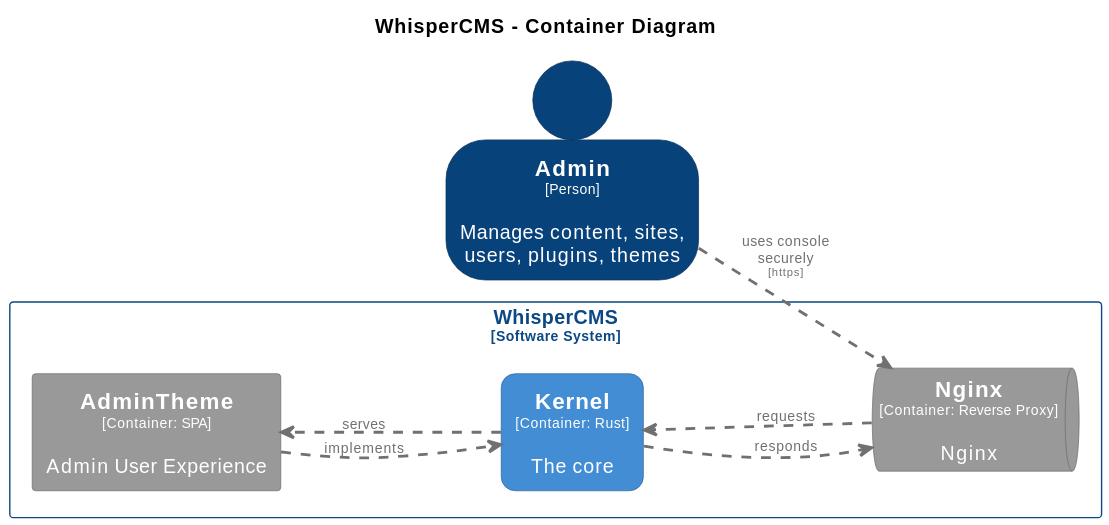
The PlantUML diagram docs/diagrams/structurizr-WhisperCMS-Containers.svg in CoderByBlood/whisper-cms, before a commit.
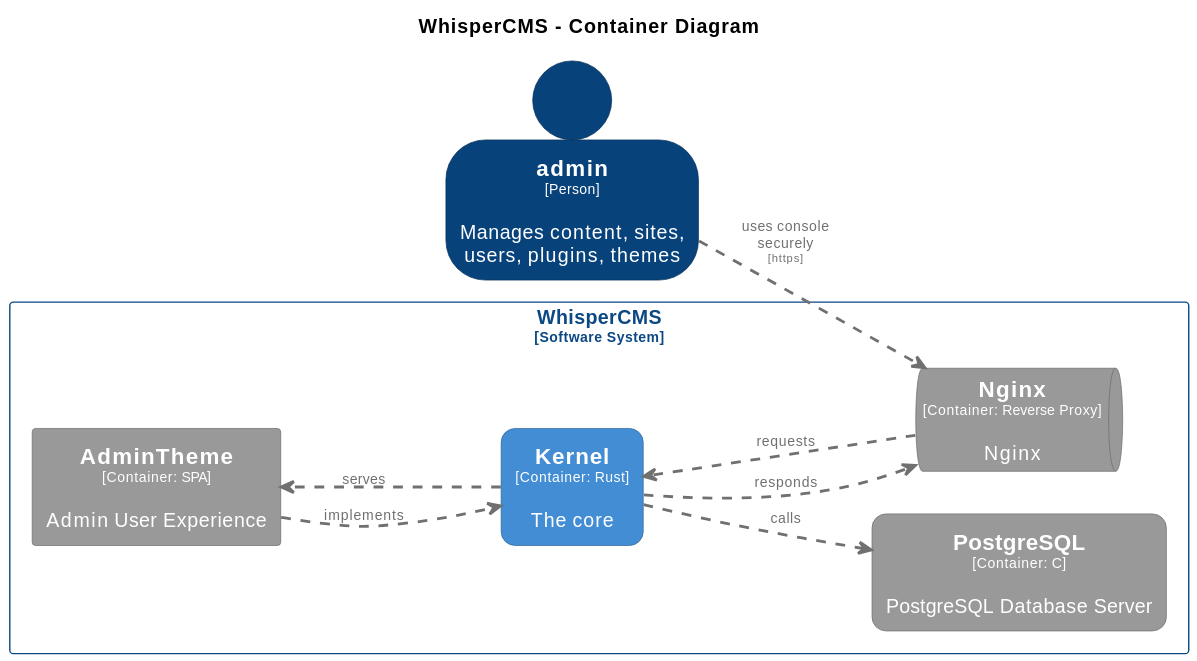
Above is the later version.

What changed in the source:
```diff
@@ -15,12 +15,6 @@
 
 hide stereotype
 
-skinparam person<<Admin>> {
-  BackgroundColor #08427b
-  FontColor #ffffff
-  BorderColor #052e56
-  shadowing false
-}
 skinparam rectangle<<WhisperCMS.AdminTheme>> {
   BackgroundColor #999999
   FontColor #ffffff
@@ -40,23 +34,38 @@
   BorderColor #6b6b6b
   shadowing false
 }
+skinparam rectangle<<WhisperCMS.PostgreSQL>> {
+  BackgroundColor #999999
+  FontColor #ffffff
+  BorderColor #6b6b6b
+  roundCorner 20
+  shadowing false
+}
+skinparam person<<admin>> {
+  BackgroundColor #08427b
+  FontColor #ffffff
+  BorderColor #052e56
+  shadowing false
+}
 skinparam rectangle<<WhisperCMS>> {
   BorderColor #0b4884
   FontColor #0b4884
   shadowing false
 }
 
-person "==Admin\n<size:10>[Person]</size>\n\nManages content, sites, users, plugins, themes" <<Admin>> as Admin
+person "==admin\n<size:10>[Person]</size>\n\nManages content, sites, users, plugins, themes" <<admin>> as admin
 
 rectangle "WhisperCMS\n<size:10>[Software System]</size>" <<WhisperCMS>> {
   rectangle "==AdminTheme\n<size:10>[Container: SPA]</size>\n\nAdmin User Experience" <<WhisperCMS.AdminTheme>> as WhisperCMS.AdminTheme
+  rectangle "==Kernel\n<size:10>[Container: Rust]</size>\n\nThe core" <<WhisperCMS.Kernel>> as WhisperCMS.Kernel
   queue "==Nginx\n<size:10>[Container: Reverse Proxy]</size>\n\nNginx" <<WhisperCMS.Nginx>> as WhisperCMS.Nginx
-  rectangle "==Kernel\n<size:10>[Container: Rust]</size>\n\nThe core" <<WhisperCMS.Kernel>> as WhisperCMS.Kernel
+  rectangle "==PostgreSQL\n<size:10>[Container: C]</size>\n\nPostgreSQL Database Server" <<WhisperCMS.PostgreSQL>> as WhisperCMS.PostgreSQL
 }
 
 WhisperCMS.AdminTheme .[#707070,thickness=2].> WhisperCMS.Kernel : "<color:#707070>implements"
 WhisperCMS.Kernel .[#707070,thickness=2].> WhisperCMS.AdminTheme : "<color:#707070>serves"
-Admin .[#707070,thickness=2].> WhisperCMS.Nginx : "<color:#707070>uses console securely\n<color:#707070><size:8>[https]</size>"
+admin .[#707070,thickness=2].> WhisperCMS.Nginx : "<color:#707070>uses console securely\n<color:#707070><size:8>[https]</size>"
 WhisperCMS.Nginx .[#707070,thickness=2].> WhisperCMS.Kernel : "<color:#707070>requests"
 WhisperCMS.Kernel .[#707070,thickness=2].> WhisperCMS.Nginx : "<color:#707070>responds"
+WhisperCMS.Kernel .[#707070,thickness=2].> WhisperCMS.PostgreSQL : "<color:#707070>calls"
 @enduml
```
